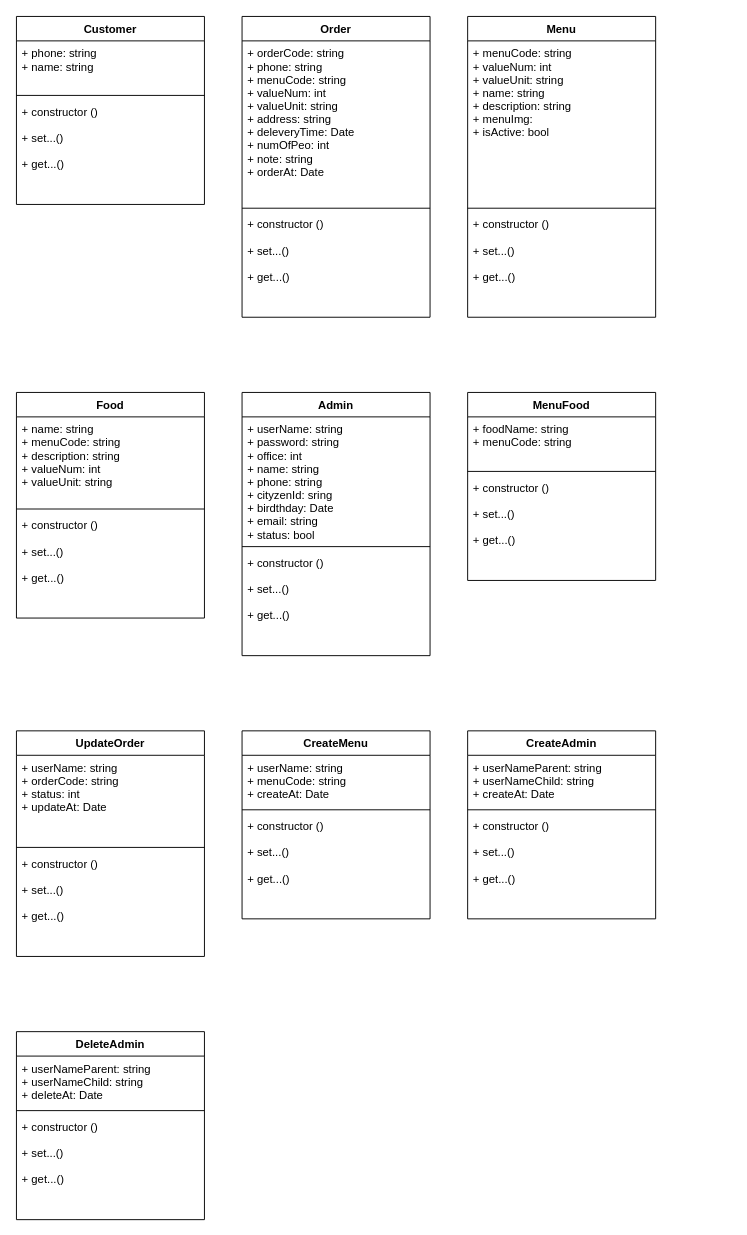
caoduonggithub/gourmet-au-catering keeps this draw.io diagram as phan_tich/classes/classes.drawio. Above is the earlier version. Source tidied: cells renumbered, new cells numbered last; positions are measured from the earlier drawing's top-left corner, leaving out a move shared by most shapes. Both pictures are drawn from the tidied source at 94%, with x=0, y=0 at pixel (16, 16).
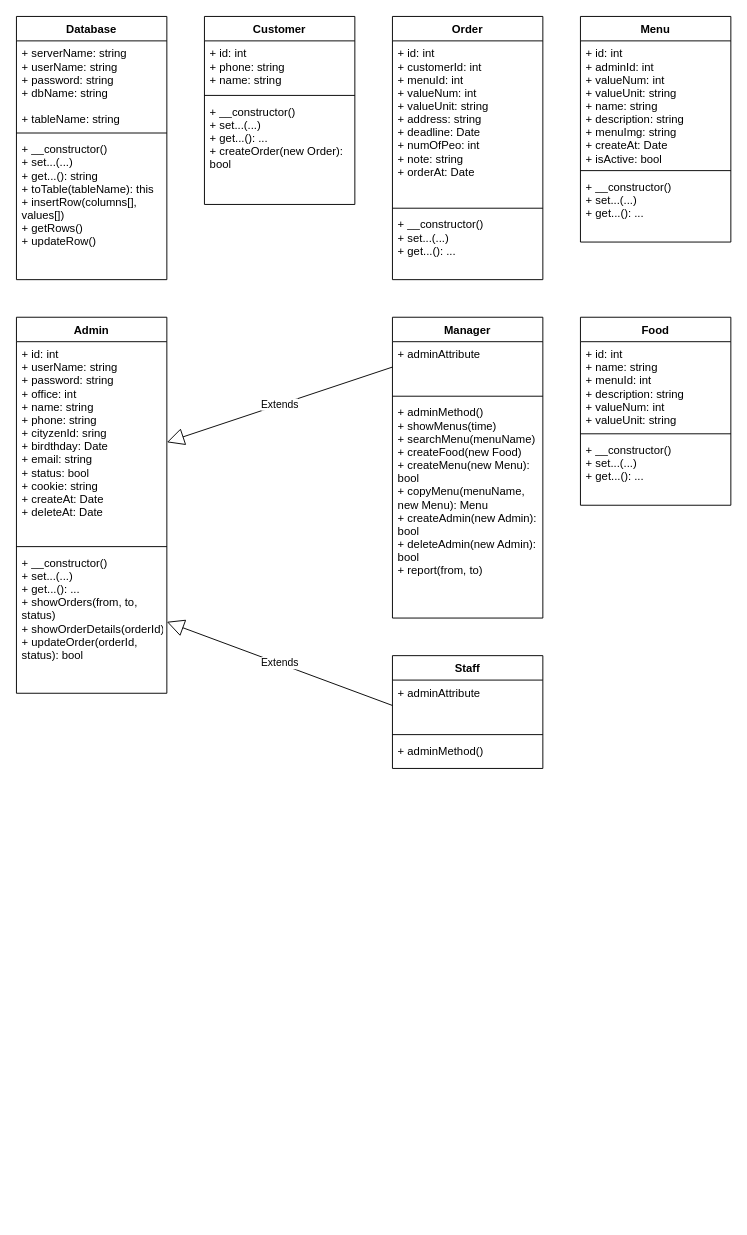
The same page after the edit.

Diff of the diagram source:
```diff
@@
     <mxCell id="2" value="Customer" style="swimlane;fontStyle=1;align=center;verticalAlign=top;horizontal=1;startSize=26;" parent="1" vertex="1">
-      <mxGeometry width="200" height="200" as="geometry" />
+      <mxGeometry x="200" width="160" height="200" as="geometry" />
     </mxCell>
-    <mxCell id="3" value="+ phone: string&#10;+ name: string" style="text;strokeColor=none;fillColor=none;align=left;verticalAlign=top;spacingLeft=4;spacingRight=4;overflow=hidden;" parent="2" vertex="1">
-      <mxGeometry y="26" width="200" height="54" as="geometry" />
+    <mxCell id="3" value="+ id: int&#10;+ phone: string&#10;+ name: string" style="text;strokeColor=none;fillColor=none;align=left;verticalAlign=top;spacingLeft=4;spacingRight=4;overflow=hidden;" parent="2" vertex="1">
+      <mxGeometry y="26" width="160" height="54" as="geometry" />
     </mxCell>
     <mxCell id="4" style="line;strokeWidth=1;fillColor=none;align=left;verticalAlign=middle;spacingTop=-1;spacingLeft=3;spacingRight=3;labelPosition=right;" parent="2" vertex="1">
-      <mxGeometry y="80" width="200" height="8" as="geometry" />
+      <mxGeometry y="80" width="160" height="8" as="geometry" />
     </mxCell>
-    <mxCell id="5" value="+ constructor ()&#10;&#10;+ set...()&#10;&#10;+ get...()" style="text;strokeColor=none;fillColor=none;align=left;verticalAlign=top;spacingLeft=4;spacingRight=4;overflow=hidden;" parent="2" vertex="1">
-      <mxGeometry y="88" width="200" height="112" as="geometry" />
+    <mxCell id="5" value="+ __constructor()&#10;+ set...(...)&#10;+ get...(): ...&#10;+ createOrder(new Order): &#10;bool" style="text;strokeColor=none;fillColor=none;align=left;verticalAlign=top;spacingLeft=4;spacingRight=4;overflow=hidden;" parent="2" vertex="1">
+      <mxGeometry y="88" width="160" height="112" as="geometry" />
     </mxCell>
     <mxCell id="6" value="Order" style="swimlane;fontStyle=1;align=center;verticalAlign=top;horizontal=1;startSize=26;" parent="1" vertex="1">
-      <mxGeometry x="240" width="200" height="320" as="geometry" />
+      <mxGeometry x="400" width="160" height="280" as="geometry" />
     </mxCell>
-    <mxCell id="7" value="+ orderCode: string&#10;+ phone: string&#10;+ menuCode: string&#10;+ valueNum: int&#10;+ valueUnit: string&#10;+ address: string&#10;+ deleveryTime: Date&#10;+ numOfPeo: int&#10;+ note: string&#10;+ orderAt: Date" style="text;strokeColor=none;fillColor=none;align=left;verticalAlign=top;spacingLeft=4;spacingRight=4;overflow=hidden;" parent="6" vertex="1">
-      <mxGeometry y="26" width="200" height="174" as="geometry" />
+    <mxCell id="7" value="+ id: int&#10;+ customerId: int&#10;+ menuId: int&#10;+ valueNum: int&#10;+ valueUnit: string&#10;+ address: string&#10;+ deadline: Date&#10;+ numOfPeo: int&#10;+ note: string&#10;+ orderAt: Date" style="text;strokeColor=none;fillColor=none;align=left;verticalAlign=top;spacingLeft=4;spacingRight=4;overflow=hidden;" parent="6" vertex="1">
+      <mxGeometry y="26" width="160" height="174" as="geometry" />
     </mxCell>
     <mxCell id="8" style="line;strokeWidth=1;fillColor=none;align=left;verticalAlign=middle;spacingTop=-1;spacingLeft=3;spacingRight=3;labelPosition=right;" parent="6" vertex="1">
-      <mxGeometry y="200" width="200" height="8" as="geometry" />
+      <mxGeometry y="200" width="160" height="8" as="geometry" />
     </mxCell>
-    <mxCell id="9" value="+ constructor ()&#10;&#10;+ set...()&#10;&#10;+ get...()" style="text;strokeColor=none;fillColor=none;align=left;verticalAlign=top;spacingLeft=4;spacingRight=4;overflow=hidden;" parent="6" vertex="1">
-      <mxGeometry y="208" width="200" height="112" as="geometry" />
+    <mxCell id="9" value="+ __constructor()&#10;+ set...(...)&#10;+ get...(): ..." style="text;strokeColor=none;fillColor=none;align=left;verticalAlign=top;spacingLeft=4;spacingRight=4;overflow=hidden;" parent="6" vertex="1">
+      <mxGeometry y="208" width="160" height="72" as="geometry" />
     </mxCell>
     <mxCell id="10" value="Menu" style="swimlane;fontStyle=1;align=center;verticalAlign=top;horizontal=1;startSize=26;" parent="1" vertex="1">
-      <mxGeometry x="480" width="200" height="320" as="geometry" />
+      <mxGeometry x="600" width="160" height="240" as="geometry" />
     </mxCell>
-    <mxCell id="11" value="+ menuCode: string&#10;+ valueNum: int&#10;+ valueUnit: string&#10;+ name: string&#10;+ description: string&#10;+ menuImg: &#10;+ isActive: bool" style="text;strokeColor=none;fillColor=none;align=left;verticalAlign=top;spacingLeft=4;spacingRight=4;overflow=hidden;" parent="10" vertex="1">
-      <mxGeometry y="26" width="200" height="174" as="geometry" />
+    <mxCell id="11" value="+ id: int&#10;+ adminId: int&#10;+ valueNum: int&#10;+ valueUnit: string&#10;+ name: string&#10;+ description: string&#10;+ menuImg: string&#10;+ createAt: Date&#10;+ isActive: bool" style="text;strokeColor=none;fillColor=none;align=left;verticalAlign=top;spacingLeft=4;spacingRight=4;overflow=hidden;" parent="10" vertex="1">
+      <mxGeometry y="26" width="160" height="134" as="geometry" />
     </mxCell>
     <mxCell id="12" style="line;strokeWidth=1;fillColor=none;align=left;verticalAlign=middle;spacingTop=-1;spacingLeft=3;spacingRight=3;labelPosition=right;" parent="10" vertex="1">
-      <mxGeometry y="200" width="200" height="8" as="geometry" />
+      <mxGeometry y="160" width="160" height="8" as="geometry" />
     </mxCell>
-    <mxCell id="13" value="+ constructor ()&#10;&#10;+ set...()&#10;&#10;+ get...()" style="text;strokeColor=none;fillColor=none;align=left;verticalAlign=top;spacingLeft=4;spacingRight=4;overflow=hidden;" parent="10" vertex="1">
-      <mxGeometry y="208" width="200" height="112" as="geometry" />
+    <mxCell id="13" value="+ __constructor()&#10;+ set...(...)&#10;+ get...(): ..." style="text;strokeColor=none;fillColor=none;align=left;verticalAlign=top;spacingLeft=4;spacingRight=4;overflow=hidden;" parent="10" vertex="1">
+      <mxGeometry y="168" width="160" height="72" as="geometry" />
     </mxCell>
     <mxCell id="14" value="Food" style="swimlane;fontStyle=1;align=center;verticalAlign=top;horizontal=1;startSize=26;" parent="1" vertex="1">
-      <mxGeometry y="400" width="200" height="240" as="geometry" />
+      <mxGeometry x="600" y="320" width="160" height="200" as="geometry" />
     </mxCell>
-    <mxCell id="15" value="+ name: string&#10;+ menuCode: string&#10;+ description: string&#10;+ valueNum: int&#10;+ valueUnit: string" style="text;strokeColor=none;fillColor=none;align=left;verticalAlign=top;spacingLeft=4;spacingRight=4;overflow=hidden;" parent="14" vertex="1">
-      <mxGeometry y="26" width="200" height="94" as="geometry" />
+    <mxCell id="15" value="+ id: int&#10;+ name: string&#10;+ menuId: int&#10;+ description: string&#10;+ valueNum: int&#10;+ valueUnit: string" style="text;strokeColor=none;fillColor=none;align=left;verticalAlign=top;spacingLeft=4;spacingRight=4;overflow=hidden;" parent="14" vertex="1">
+      <mxGeometry y="26" width="160" height="94" as="geometry" />
     </mxCell>
     <mxCell id="16" style="line;strokeWidth=1;fillColor=none;align=left;verticalAlign=middle;spacingTop=-1;spacingLeft=3;spacingRight=3;labelPosition=right;" parent="14" vertex="1">
-      <mxGeometry y="120" width="200" height="8" as="geometry" />
+      <mxGeometry y="120" width="160" height="8" as="geometry" />
     </mxCell>
-    <mxCell id="17" value="+ constructor ()&#10;&#10;+ set...()&#10;&#10;+ get...()" style="text;strokeColor=none;fillColor=none;align=left;verticalAlign=top;spacingLeft=4;spacingRight=4;overflow=hidden;" parent="14" vertex="1">
-      <mxGeometry y="128" width="200" height="112" as="geometry" />
+    <mxCell id="17" value="+ __constructor()&#10;+ set...(...)&#10;+ get...(): ..." style="text;strokeColor=none;fillColor=none;align=left;verticalAlign=top;spacingLeft=4;spacingRight=4;overflow=hidden;" parent="14" vertex="1">
+      <mxGeometry y="128" width="160" height="72" as="geometry" />
     </mxCell>
     <mxCell id="18" value="Admin" style="swimlane;fontStyle=1;align=center;verticalAlign=top;horizontal=1;startSize=26;" parent="1" vertex="1">
-      <mxGeometry x="240" y="400" width="200" height="280" as="geometry" />
+      <mxGeometry y="320" width="160" height="400" as="geometry" />
     </mxCell>
-    <mxCell id="19" value="+ userName: string&#10;+ password: string&#10;+ office: int&#10;+ name: string&#10;+ phone: string&#10;+ cityzenId: sring&#10;+ birdthday: Date&#10;+ email: string&#10;+ status: bool" style="text;strokeColor=none;fillColor=none;align=left;verticalAlign=top;spacingLeft=4;spacingRight=4;overflow=hidden;points=[[0,0.5],[1,0.5]];portConstraint=eastwest;" parent="18" vertex="1">
-      <mxGeometry y="26" width="200" height="134" as="geometry" />
+    <mxCell id="19" value="+ id: int&#10;+ userName: string&#10;+ password: string&#10;+ office: int&#10;+ name: string&#10;+ phone: string&#10;+ cityzenId: sring&#10;+ birdthday: Date&#10;+ email: string&#10;+ status: bool&#10;+ cookie: string&#10;+ createAt: Date&#10;+ deleteAt: Date" style="text;strokeColor=none;fillColor=none;align=left;verticalAlign=top;spacingLeft=4;spacingRight=4;overflow=hidden;points=[[0,0.5],[1,0.5]];portConstraint=eastwest;" parent="18" vertex="1">
+      <mxGeometry y="26" width="160" height="214" as="geometry" />
     </mxCell>
     <mxCell id="20" style="line;strokeWidth=1;fillColor=none;align=left;verticalAlign=middle;spacingTop=-1;spacingLeft=3;spacingRight=3;labelPosition=right;" parent="18" vertex="1">
-      <mxGeometry y="160" width="200" height="8" as="geometry" />
+      <mxGeometry y="240" width="160" height="8" as="geometry" />
     </mxCell>
-    <mxCell id="21" value="+ constructor ()&#10;&#10;+ set...()&#10;&#10;+ get...()" style="text;strokeColor=none;fillColor=none;align=left;verticalAlign=top;spacingLeft=4;spacingRight=4;overflow=hidden;points=[[0,0.5],[1,0.5]];portConstraint=eastwest;" parent="18" vertex="1">
-      <mxGeometry y="168" width="200" height="112" as="geometry" />
+    <mxCell id="21" value="+ __constructor()&#10;+ set...(...)&#10;+ get...(): ...&#10;+ showOrders(from, to,&#10;status)&#10;+ showOrderDetails(orderId)&#10;+ updateOrder(orderId, &#10;status): bool" style="text;strokeColor=none;fillColor=none;align=left;verticalAlign=top;spacingLeft=4;spacingRight=4;overflow=hidden;points=[[0,0.5],[1,0.5]];portConstraint=eastwest;" parent="18" vertex="1">
+      <mxGeometry y="248" width="160" height="152" as="geometry" />
     </mxCell>
-    <mxCell id="22" value="MenuFood" style="swimlane;fontStyle=1;align=center;verticalAlign=top;horizontal=1;startSize=26;" parent="1" vertex="1">
-      <mxGeometry x="480" y="400" width="200" height="200" as="geometry" />
-    </mxCell>
-    <mxCell id="23" value="+ foodName: string&#10;+ menuCode: string" style="text;strokeColor=none;fillColor=none;align=left;verticalAlign=top;spacingLeft=4;spacingRight=4;overflow=hidden;" parent="22" vertex="1">
-      <mxGeometry y="26" width="200" height="54" as="geometry" />
-    </mxCell>
-    <mxCell id="24" style="line;strokeWidth=1;fillColor=none;align=left;verticalAlign=middle;spacingTop=-1;spacingLeft=3;spacingRight=3;labelPosition=right;" parent="22" vertex="1">
-      <mxGeometry y="80" width="200" height="8" as="geometry" />
-    </mxCell>
-    <mxCell id="25" value="+ constructor ()&#10;&#10;+ set...()&#10;&#10;+ get...()" style="text;strokeColor=none;fillColor=none;align=left;verticalAlign=top;spacingLeft=4;spacingRight=4;overflow=hidden;" parent="22" vertex="1">
-      <mxGeometry y="88" width="200" height="112" as="geometry" />
-    </mxCell>
-    <mxCell id="26" value="UpdateOrder" style="swimlane;fontStyle=1;align=center;verticalAlign=top;horizontal=1;startSize=26;" parent="1" vertex="1">
-      <mxGeometry y="760" width="200" height="240" as="geometry" />
-    </mxCell>
-    <mxCell id="27" value="+ userName: string&#10;+ orderCode: string&#10;+ status: int&#10;+ updateAt: Date" style="text;strokeColor=none;fillColor=none;align=left;verticalAlign=top;spacingLeft=4;spacingRight=4;overflow=hidden;" parent="26" vertex="1">
-      <mxGeometry y="26" width="200" height="94" as="geometry" />
-    </mxCell>
-    <mxCell id="28" style="line;strokeWidth=1;fillColor=none;align=left;verticalAlign=middle;spacingTop=-1;spacingLeft=3;spacingRight=3;labelPosition=right;" parent="26" vertex="1">
-      <mxGeometry y="120" width="200" height="8" as="geometry" />
-    </mxCell>
-    <mxCell id="29" value="+ constructor ()&#10;&#10;+ set...()&#10;&#10;+ get...()" style="text;strokeColor=none;fillColor=none;align=left;verticalAlign=top;spacingLeft=4;spacingRight=4;overflow=hidden;" parent="26" vertex="1">
-      <mxGeometry y="128" width="200" height="112" as="geometry" />
-    </mxCell>
-    <mxCell id="30" value="CreateMenu" style="swimlane;fontStyle=1;align=center;verticalAlign=top;horizontal=1;startSize=26;" parent="1" vertex="1">
-      <mxGeometry x="240" y="760" width="200" height="200" as="geometry" />
-    </mxCell>
-    <mxCell id="31" value="+ userName: string&#10;+ menuCode: string&#10;+ createAt: Date" style="text;strokeColor=none;fillColor=none;align=left;verticalAlign=top;spacingLeft=4;spacingRight=4;overflow=hidden;" parent="30" vertex="1">
-      <mxGeometry y="26" width="200" height="54" as="geometry" />
-    </mxCell>
-    <mxCell id="32" style="line;strokeWidth=1;fillColor=none;align=left;verticalAlign=middle;spacingTop=-1;spacingLeft=3;spacingRight=3;labelPosition=right;" parent="30" vertex="1">
-      <mxGeometry y="80" width="200" height="8" as="geometry" />
-    </mxCell>
-    <mxCell id="33" value="+ constructor ()&#10;&#10;+ set...()&#10;&#10;+ get...()" style="text;strokeColor=none;fillColor=none;align=left;verticalAlign=top;spacingLeft=4;spacingRight=4;overflow=hidden;" parent="30" vertex="1">
-      <mxGeometry y="88" width="200" height="112" as="geometry" />
-    </mxCell>
-    <mxCell id="34" value="CreateAdmin" style="swimlane;fontStyle=1;align=center;verticalAlign=top;horizontal=1;startSize=26;" parent="1" vertex="1">
-      <mxGeometry x="480" y="760" width="200" height="200" as="geometry" />
-    </mxCell>
-    <mxCell id="35" value="+ userNameParent: string&#10;+ userNameChild: string&#10;+ createAt: Date" style="text;strokeColor=none;fillColor=none;align=left;verticalAlign=top;spacingLeft=4;spacingRight=4;overflow=hidden;" parent="34" vertex="1">
-      <mxGeometry y="26" width="200" height="54" as="geometry" />
-    </mxCell>
-    <mxCell id="36" style="line;strokeWidth=1;fillColor=none;align=left;verticalAlign=middle;spacingTop=-1;spacingLeft=3;spacingRight=3;labelPosition=right;" parent="34" vertex="1">
-      <mxGeometry y="80" width="200" height="8" as="geometry" />
-    </mxCell>
-    <mxCell id="37" value="+ constructor ()&#10;&#10;+ set...()&#10;&#10;+ get...()" style="text;strokeColor=none;fillColor=none;align=left;verticalAlign=top;spacingLeft=4;spacingRight=4;overflow=hidden;" parent="34" vertex="1">
-      <mxGeometry y="88" width="200" height="112" as="geometry" />
-    </mxCell>
-    <mxCell id="38" value="DeleteAdmin" style="swimlane;fontStyle=1;align=center;verticalAlign=top;horizontal=1;startSize=26;" parent="1" vertex="1">
-      <mxGeometry y="1080" width="200" height="200" as="geometry" />
-    </mxCell>
-    <mxCell id="39" value="+ userNameParent: string&#10;+ userNameChild: string&#10;+ deleteAt: Date" style="text;strokeColor=none;fillColor=none;align=left;verticalAlign=top;spacingLeft=4;spacingRight=4;overflow=hidden;" parent="38" vertex="1">
-      <mxGeometry y="26" width="200" height="54" as="geometry" />
-    </mxCell>
-    <mxCell id="40" style="line;strokeWidth=1;fillColor=none;align=left;verticalAlign=middle;spacingTop=-1;spacingLeft=3;spacingRight=3;labelPosition=right;" parent="38" vertex="1">
-      <mxGeometry y="80" width="200" height="8" as="geometry" />
-    </mxCell>
-    <mxCell id="41" value="+ constructor ()&#10;&#10;+ set...()&#10;&#10;+ get...()" style="text;strokeColor=none;fillColor=none;align=left;verticalAlign=top;spacingLeft=4;spacingRight=4;overflow=hidden;" parent="38" vertex="1">
-      <mxGeometry y="88" width="200" height="112" as="geometry" />
-    </mxCell>
+    <mxCell id="42" value="Database" style="swimlane;fontStyle=1;align=center;verticalAlign=top;horizontal=1;startSize=26;" parent="1" vertex="1">
+      <mxGeometry width="160" height="280" as="geometry" />
+    </mxCell>
+    <mxCell id="43" value="+ serverName: string&#10;+ userName: string&#10;+ password: string&#10;+ dbName: string&#10;&#10;+ tableName: string" style="text;strokeColor=none;fillColor=none;align=left;verticalAlign=top;spacingLeft=4;spacingRight=4;overflow=hidden;" parent="42" vertex="1">
+      <mxGeometry y="26" width="160" height="94" as="geometry" />
+    </mxCell>
+    <mxCell id="44" style="line;strokeWidth=1;fillColor=none;align=left;verticalAlign=middle;spacingTop=-1;spacingLeft=3;spacingRight=3;labelPosition=right;" parent="42" vertex="1">
+      <mxGeometry y="120" width="160" height="8" as="geometry" />
+    </mxCell>
+    <mxCell id="45" value="+ __constructor()&#10;+ set...(...)&#10;+ get...(): string&#10;+ toTable(tableName): this&#10;+ insertRow(columns[], &#10;values[])&#10;+ getRows()&#10;+ updateRow()" style="text;strokeColor=none;fillColor=none;align=left;verticalAlign=top;spacingLeft=4;spacingRight=4;overflow=hidden;" parent="42" vertex="1">
+      <mxGeometry y="128" width="160" height="152" as="geometry" />
+    </mxCell>
+    <mxCell id="46" value="Manager" style="swimlane;fontStyle=1;align=center;verticalAlign=top;horizontal=1;startSize=26;" parent="1" vertex="1">
+      <mxGeometry x="400" y="320" width="160" height="320" as="geometry" />
+    </mxCell>
+    <mxCell id="47" value="+ adminAttribute&#10;&#10;" style="text;strokeColor=none;fillColor=none;align=left;verticalAlign=top;spacingLeft=4;spacingRight=4;overflow=hidden;points=[[0,0.5],[1,0.5]];portConstraint=eastwest;" parent="46" vertex="1">
+      <mxGeometry y="26" width="160" height="54" as="geometry" />
+    </mxCell>
+    <mxCell id="48" style="line;strokeWidth=1;fillColor=none;align=left;verticalAlign=middle;spacingTop=-1;spacingLeft=3;spacingRight=3;labelPosition=right;" parent="46" vertex="1">
+      <mxGeometry y="80" width="160" height="8" as="geometry" />
+    </mxCell>
+    <mxCell id="49" value="+ adminMethod()&#10;+ showMenus(time)&#10;+ searchMenu(menuName)&#10;+ createFood(new Food)&#10;+ createMenu(new Menu):&#10;bool&#10;+ copyMenu(menuName, &#10;new Menu): Menu&#10;+ createAdmin(new Admin):&#10;bool&#10;+ deleteAdmin(new Admin):&#10;bool&#10;+ report(from, to)" style="text;strokeColor=none;fillColor=none;align=left;verticalAlign=top;spacingLeft=4;spacingRight=4;overflow=hidden;" parent="46" vertex="1">
+      <mxGeometry y="88" width="160" height="232" as="geometry" />
+    </mxCell>
+    <mxCell id="50" value="Staff" style="swimlane;fontStyle=1;align=center;verticalAlign=top;horizontal=1;startSize=26;" parent="1" vertex="1">
+      <mxGeometry x="400" y="680" width="160" height="120" as="geometry" />
+    </mxCell>
+    <mxCell id="51" value="+ adminAttribute" style="text;strokeColor=none;fillColor=none;align=left;verticalAlign=top;spacingLeft=4;spacingRight=4;overflow=hidden;points=[[0,0.5],[1,0.5]];portConstraint=eastwest;" parent="50" vertex="1">
+      <mxGeometry y="26" width="160" height="54" as="geometry" />
+    </mxCell>
+    <mxCell id="52" style="line;strokeWidth=1;fillColor=none;align=left;verticalAlign=middle;spacingTop=-1;spacingLeft=3;spacingRight=3;labelPosition=right;" parent="50" vertex="1">
+      <mxGeometry y="80" width="160" height="8" as="geometry" />
+    </mxCell>
+    <mxCell id="53" value="+ adminMethod()" style="text;strokeColor=none;fillColor=none;align=left;verticalAlign=top;spacingLeft=4;spacingRight=4;overflow=hidden;" parent="50" vertex="1">
+      <mxGeometry y="88" width="160" height="32" as="geometry" />
+    </mxCell>
+    <mxCell id="54" value="Extends" style="endArrow=block;endSize=16;endFill=0;html=1;exitX=0;exitY=0.5;exitDx=0;exitDy=0;entryX=1;entryY=0.5;entryDx=0;entryDy=0;" parent="1" edge="1" source="47" target="19">
+      <mxGeometry relative="1" as="geometry" />
+    </mxCell>
+    <mxCell id="55" value="Extends" style="endArrow=block;endSize=16;endFill=0;html=1;exitX=0;exitY=0.5;exitDx=0;exitDy=0;entryX=1;entryY=0.5;entryDx=0;entryDy=0;" parent="1" edge="1" source="51" target="21">
+      <mxGeometry relative="1" as="geometry" />
+    </mxCell>
```
